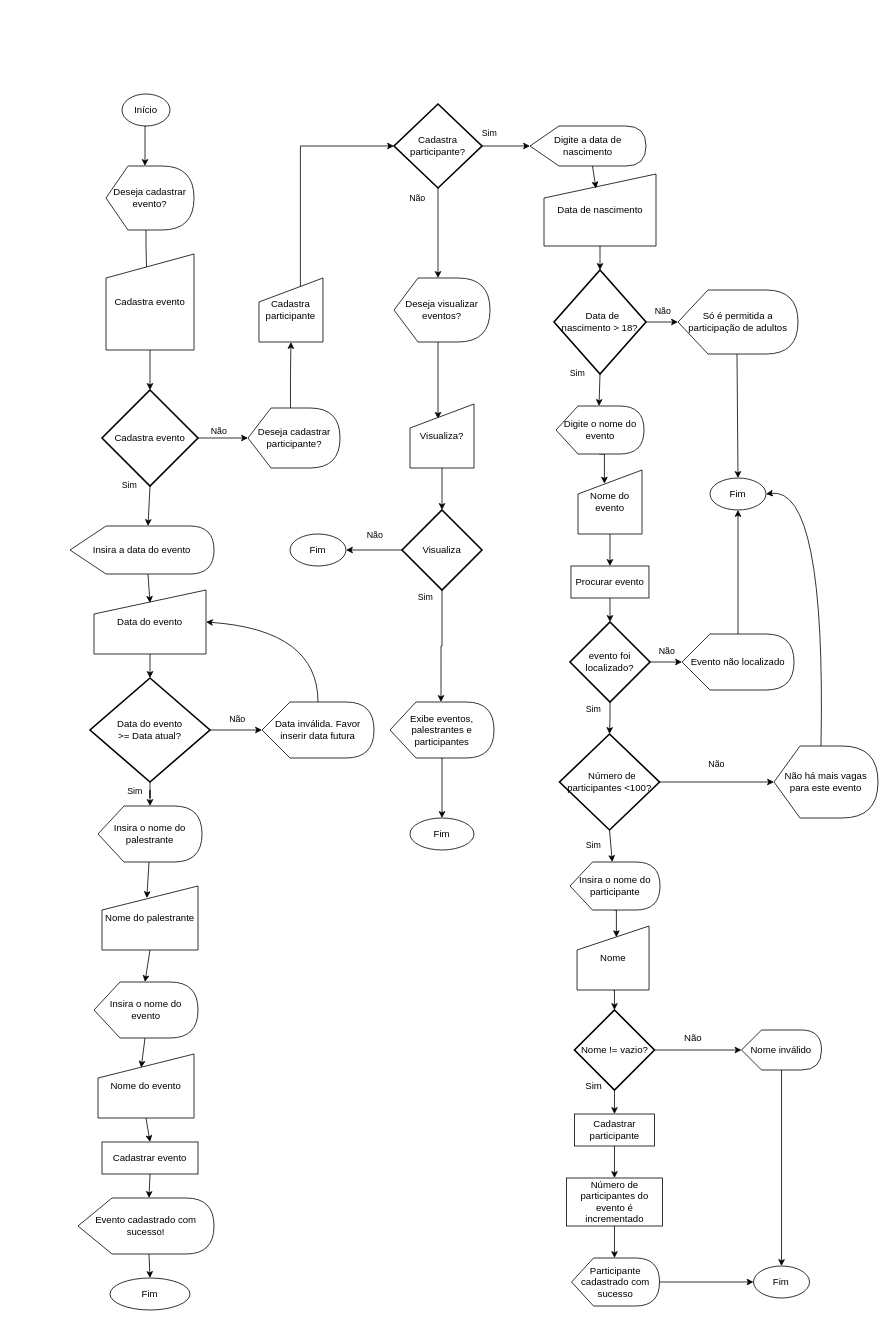
AildoJr/AulaRemotaLogProgSenai keeps this draw.io diagram as UC8-AtividadeRemota.drawio. Above is the earlier version. Source tidied: cells renumbered, new cells numbered last; positions are measured from the earlier drawing's top-left corner, leaving out a move shared by most shapes. Both pictures are drawn from the tidied source at 80%, with x=0, y=0 at pixel (14, 14).
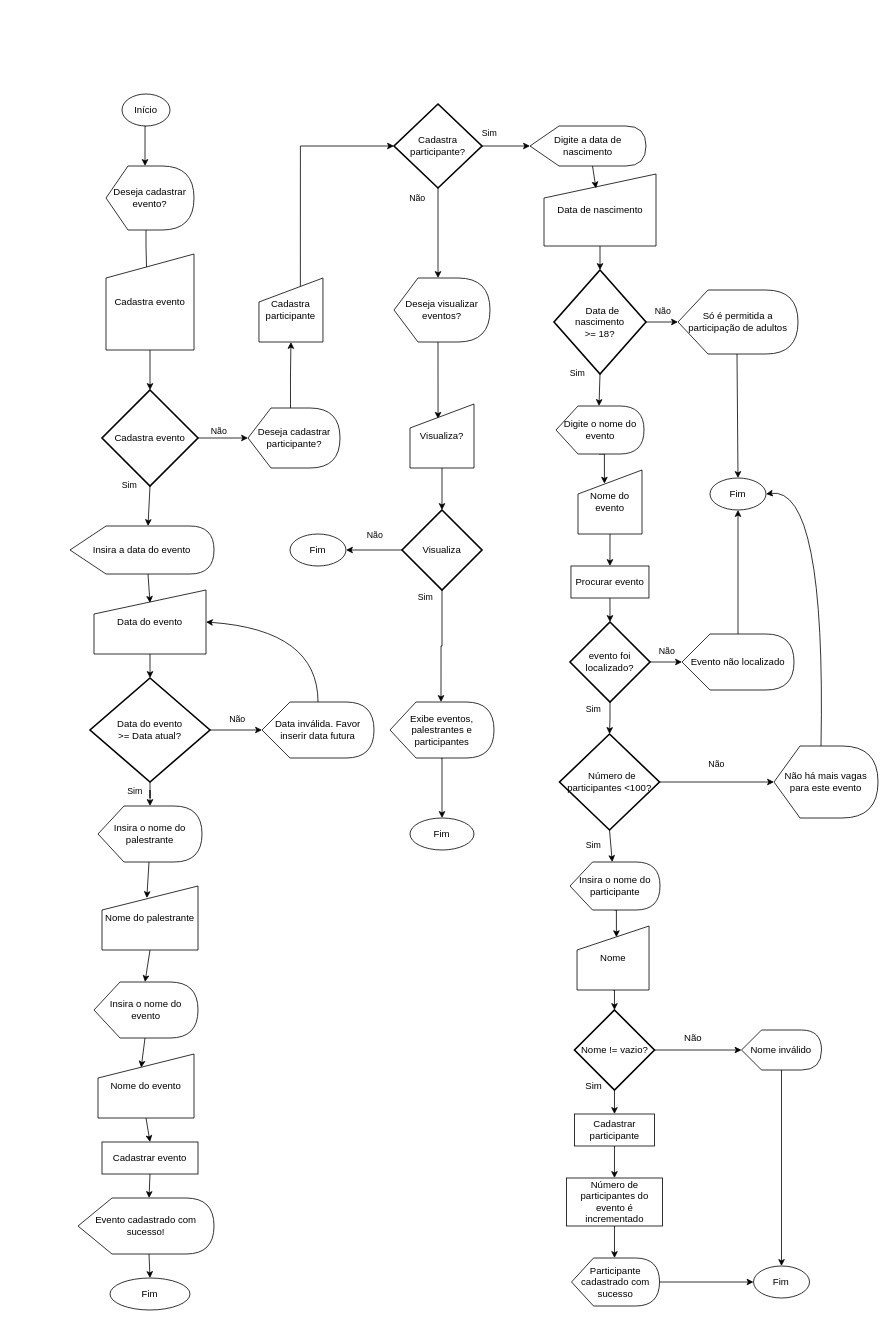
The same diagram, later.

Change to the diagram source:
```diff
@@
-    <mxCell id="19" value="&amp;nbsp; Data de nascimento &amp;gt; 18?" style="strokeWidth=2;html=1;shape=mxgraph.flowchart.decision;whiteSpace=wrap;fontSize=12;" parent="1" vertex="1">
+    <mxCell id="19" value="&amp;nbsp; Data de nascimento &lt;br&gt;&amp;gt;= 18?" style="strokeWidth=2;html=1;shape=mxgraph.flowchart.decision;whiteSpace=wrap;fontSize=12;" parent="1" vertex="1">
       <mxGeometry x="675" y="320" width="115" height="130" as="geometry" />
     </mxCell>
```
